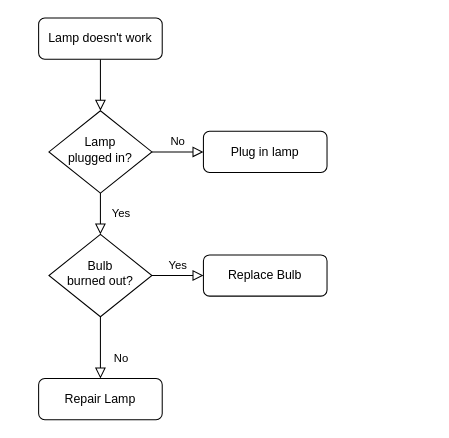
This is Diagram_minju.drawio from eunjun9/semiproject, a draw.io file, before an edit. Source tidied: cells renumbered, new cells numbered last; positions are measured from the earlier drawing's top-left corner, leaving out a move shared by most shapes. Both pictures are drawn from the tidied source at 103%, with x=0, y=0 at pixel (38, 18).
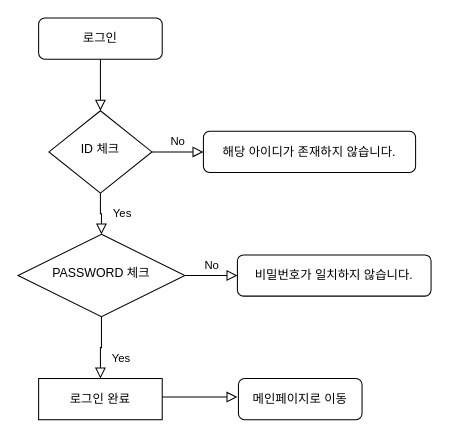
The same page after the edit.

Change to the diagram source:
```diff
@@
 <mxGraphModel>
   <root>
     <mxCell id="0" />
     <mxCell id="1" parent="0" />
     <mxCell id="2" style="rounded=0;html=1;jettySize=auto;fontSize=11;endArrow=block;endFill=0;endSize=8;strokeWidth=1;shadow=0;labelBackgroundColor=none;edgeStyle=orthogonalEdgeStyle;" parent="1" edge="1" source="3" target="6">
       <mxGeometry relative="1" as="geometry" />
     </mxCell>
-    <mxCell id="3" value="Lamp doesn't work" style="rounded=1;whiteSpace=wrap;html=1;fontSize=12;glass=0;strokeWidth=1;shadow=0;" parent="1" vertex="1">
+    <mxCell id="3" value="로그인" style="rounded=1;whiteSpace=wrap;html=1;fontSize=12;glass=0;strokeWidth=1;shadow=0;" parent="1" vertex="1">
       <mxGeometry width="120" height="40" as="geometry" />
     </mxCell>
     <mxCell id="4" value="Yes" style="rounded=0;html=1;jettySize=auto;fontSize=11;endArrow=block;endFill=0;endSize=8;strokeWidth=1;shadow=0;labelBackgroundColor=none;edgeStyle=orthogonalEdgeStyle;" parent="1" edge="1" source="6" target="10">
       <mxGeometry y="20" relative="1" as="geometry" />
     </mxCell>
     <mxCell id="5" value="No" style="edgeStyle=orthogonalEdgeStyle;rounded=0;html=1;jettySize=auto;fontSize=11;endArrow=block;endFill=0;endSize=8;strokeWidth=1;shadow=0;labelBackgroundColor=none;" parent="1" edge="1" source="6" target="7">
       <mxGeometry y="10" relative="1" as="geometry" />
     </mxCell>
-    <mxCell id="6" value="Lamp&lt;br&gt;plugged in?" style="rhombus;whiteSpace=wrap;html=1;shadow=0;fontFamily=Helvetica;fontSize=12;align=center;strokeWidth=1;spacing=6;spacingTop=-4;" parent="1" vertex="1">
+    <mxCell id="6" value="ID 체크" style="rhombus;whiteSpace=wrap;html=1;shadow=0;fontFamily=Helvetica;fontSize=12;align=center;strokeWidth=1;spacing=6;spacingTop=-4;" parent="1" vertex="1">
       <mxGeometry x="10" y="90" width="100" height="80" as="geometry" />
     </mxCell>
-    <mxCell id="7" value="Plug in lamp" style="rounded=1;whiteSpace=wrap;html=1;fontSize=12;glass=0;strokeWidth=1;shadow=0;" parent="1" vertex="1">
-      <mxGeometry x="160" y="110" width="120" height="40" as="geometry" />
+    <mxCell id="7" value="해당 아이디가 존재하지 않습니다." style="rounded=1;whiteSpace=wrap;html=1;fontSize=12;glass=0;strokeWidth=1;shadow=0;" parent="1" vertex="1">
+      <mxGeometry x="160" y="110" width="206" height="40" as="geometry" />
     </mxCell>
-    <mxCell id="8" value="No" style="rounded=0;html=1;jettySize=auto;fontSize=11;endArrow=block;endFill=0;endSize=8;strokeWidth=1;shadow=0;labelBackgroundColor=none;edgeStyle=orthogonalEdgeStyle;" parent="1" edge="1" source="10" target="11">
+    <mxCell id="8" value="Yes" style="rounded=0;html=1;jettySize=auto;fontSize=11;endArrow=block;endFill=0;endSize=8;strokeWidth=1;shadow=0;labelBackgroundColor=none;edgeStyle=orthogonalEdgeStyle;" parent="1" edge="1" source="10" target="11">
       <mxGeometry x="0.33" y="20" relative="1" as="geometry" />
     </mxCell>
-    <mxCell id="9" value="Yes" style="edgeStyle=orthogonalEdgeStyle;rounded=0;html=1;jettySize=auto;fontSize=11;endArrow=block;endFill=0;endSize=8;strokeWidth=1;shadow=0;labelBackgroundColor=none;" parent="1" edge="1" source="10" target="12">
+    <mxCell id="9" value="No" style="edgeStyle=orthogonalEdgeStyle;rounded=0;html=1;jettySize=auto;fontSize=11;endArrow=block;endFill=0;endSize=8;strokeWidth=1;shadow=0;labelBackgroundColor=none;" parent="1" edge="1" source="10" target="12">
       <mxGeometry y="10" relative="1" as="geometry" />
     </mxCell>
-    <mxCell id="10" value="Bulb&lt;br&gt;burned out?" style="rhombus;whiteSpace=wrap;html=1;shadow=0;fontFamily=Helvetica;fontSize=12;align=center;strokeWidth=1;spacing=6;spacingTop=-4;" parent="1" vertex="1">
-      <mxGeometry x="10" y="210" width="100" height="80" as="geometry" />
+    <mxCell id="10" value="PASSWORD 체크" style="rhombus;whiteSpace=wrap;html=1;shadow=0;fontFamily=Helvetica;fontSize=12;align=center;strokeWidth=1;spacing=6;spacingTop=-4;" parent="1" vertex="1">
+      <mxGeometry x="-20" y="210" width="162" height="80" as="geometry" />
     </mxCell>
-    <mxCell id="11" value="Repair Lamp" style="rounded=1;whiteSpace=wrap;html=1;fontSize=12;glass=0;strokeWidth=1;shadow=0;" parent="1" vertex="1">
+    <mxCell id="11" value="로그인 완료" style="rounded=0;whiteSpace=wrap;html=1;fontSize=12;glass=0;strokeWidth=1;shadow=0;" parent="1" vertex="1">
       <mxGeometry y="350" width="120" height="40" as="geometry" />
     </mxCell>
-    <mxCell id="12" value="Replace Bulb" style="rounded=1;whiteSpace=wrap;html=1;fontSize=12;glass=0;strokeWidth=1;shadow=0;" parent="1" vertex="1">
-      <mxGeometry x="160" y="230" width="120" height="40" as="geometry" />
+    <mxCell id="12" value="비밀번호가 일치하지 않습니다." style="rounded=1;whiteSpace=wrap;html=1;fontSize=12;glass=0;strokeWidth=1;shadow=0;" parent="1" vertex="1">
+      <mxGeometry x="193" y="230" width="188" height="40" as="geometry" />
     </mxCell>
+    <mxCell id="13" value="메인페이지로 이동" style="rounded=1;whiteSpace=wrap;html=1;fontSize=12;glass=0;strokeWidth=1;shadow=0;" parent="1" vertex="1">
+      <mxGeometry x="194" y="350" width="120" height="40" as="geometry" />
+    </mxCell>
+    <mxCell id="14" style="edgeStyle=orthogonalEdgeStyle;rounded=0;html=1;jettySize=auto;orthogonalLoop=1;fontSize=11;endArrow=block;endFill=0;endSize=8;strokeWidth=1;shadow=0;labelBackgroundColor=none;" parent="1" edge="1">
+      <mxGeometry y="10" relative="1" as="geometry">
+        <mxPoint x="120" y="368" as="sourcePoint" />
+        <mxPoint x="193" y="368" as="targetPoint" />
+      </mxGeometry>
+    </mxCell>
   </root>
 </mxGraphModel>
```
